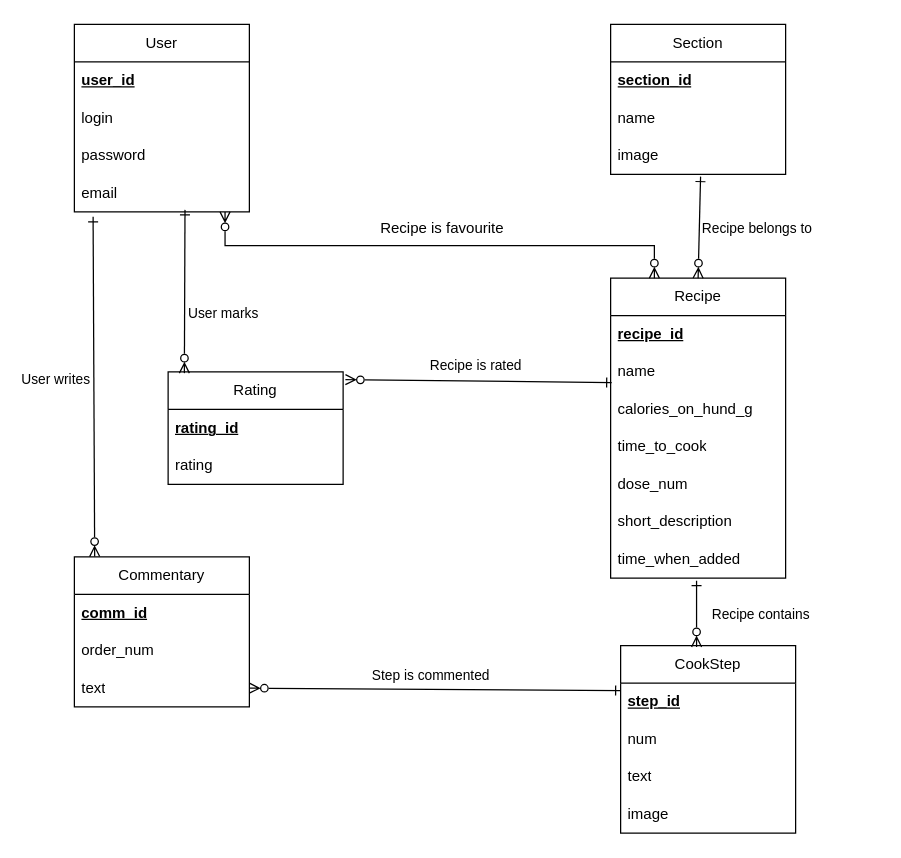
Above: page "Страница — 1" (1 of 2) of Documentation/TT/draw.io/ER_recipes.drawio in TypingGatito/RecipeAndroidApp (draw.io), before the change. Source tidied: cells renumbered, new cells numbered last; positions are measured from the earlier drawing's top-left corner, leaving out a move shared by most shapes. Both pictures are drawn from the tidied source at 125%, with x=0, y=0 at pixel (74, 24).
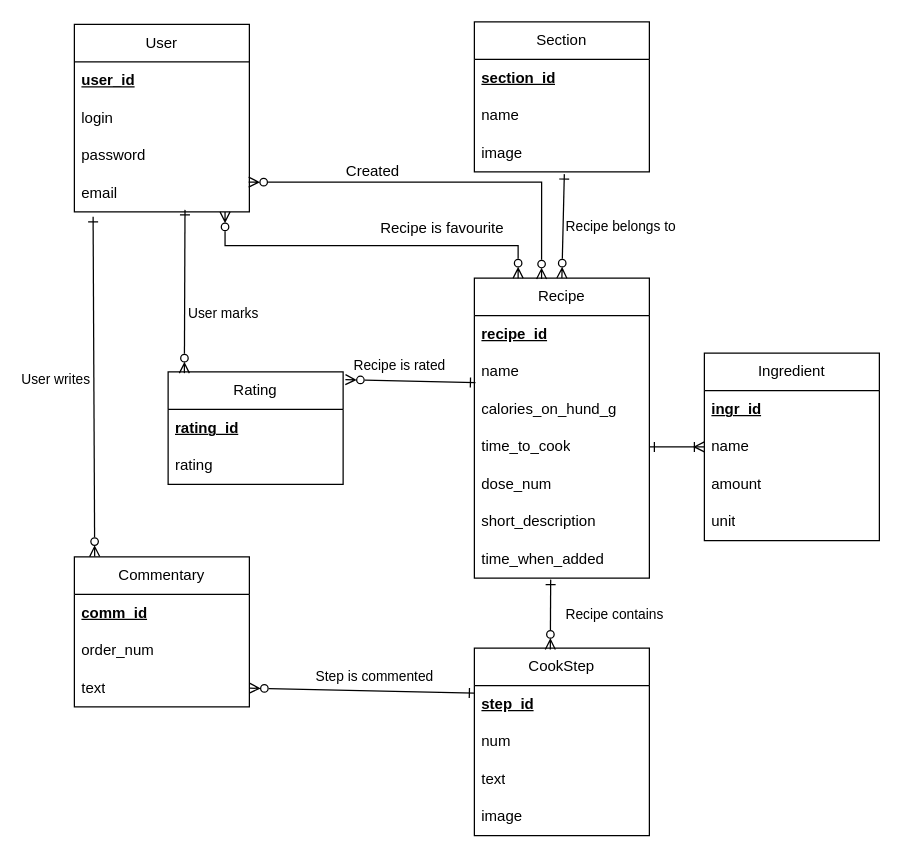
The same diagram, later.

The change refers to these unchanged cells:
```xml
<mxCell id="6" value="email" style="text;align=left;verticalAlign=middle;spacingLeft=4;spacingRight=4;overflow=hidden;points=[[0,0.5],[1,0.5]];portConstraint=eastwest;whiteSpace=wrap;html=1;" parent="2" vertex="1">
  <mxGeometry y="120" width="140" height="30" as="geometry" />
</mxCell>
<mxCell id="11" value="time_to_cook" style="text;align=left;verticalAlign=middle;spacingLeft=4;spacingRight=4;overflow=hidden;points=[[0,0.5],[1,0.5]];portConstraint=eastwest;whiteSpace=wrap;html=1;" parent="7" vertex="1">
  <mxGeometry y="120" width="140" height="30" as="geometry" />
</mxCell>
<mxCell id="14" value="time_when_added" style="text;align=left;verticalAlign=middle;spacingLeft=4;spacingRight=4;overflow=hidden;points=[[0,0.5],[1,0.5]];portConstraint=eastwest;whiteSpace=wrap;html=1;" parent="7" vertex="1">
  <mxGeometry y="210" width="140" height="30" as="geometry" />
</mxCell>
```

Change to the diagram source:
```diff
@@
     <mxCell id="7" value="Recipe" style="swimlane;fontStyle=0;horizontal=1;startSize=30;whiteSpace=wrap;html=1;" parent="1" vertex="1">
-      <mxGeometry x="429" y="203" width="140" height="240" as="geometry" />
+      <mxGeometry x="320" y="203" width="140" height="240" as="geometry" />
     </mxCell>
@@
     <mxCell id="18" value="Section" style="swimlane;fontStyle=0;horizontal=1;startSize=30;whiteSpace=wrap;html=1;" parent="1" vertex="1">
-      <mxGeometry x="429" width="140" height="120" as="geometry" />
+      <mxGeometry x="320" y="-2" width="140" height="120" as="geometry" />
     </mxCell>
@@
     <mxCell id="26" value="CookStep" style="swimlane;fontStyle=0;horizontal=1;startSize=30;whiteSpace=wrap;html=1;" parent="1" vertex="1">
-      <mxGeometry x="437" y="497" width="140" height="150" as="geometry" />
+      <mxGeometry x="320" y="499" width="140" height="150" as="geometry" />
     </mxCell>
@@
-    <mxCell id="33" style="endArrow=ERone;html=1;rounded=0;entryX=0.491;entryY=1.067;entryDx=0;entryDy=0;entryPerimeter=0;startArrow=ERzeroToMany;startFill=0;endFill=0;exitX=0.434;exitY=0.007;exitDx=0;exitDy=0;exitPerimeter=0;" parent="1" edge="1" source="26" target="14">
+    <mxCell id="33" style="endArrow=ERone;html=1;rounded=0;entryX=0.436;entryY=1.04;entryDx=0;entryDy=0;entryPerimeter=0;startArrow=ERzeroToMany;startFill=0;endFill=0;exitX=0.434;exitY=0.007;exitDx=0;exitDy=0;exitPerimeter=0;" parent="1" edge="1" source="26" target="14">
       <mxGeometry relative="1" as="geometry" />
     </mxCell>
@@
+    <mxCell id="45" value="Ingredient" style="swimlane;fontStyle=0;horizontal=1;startSize=30;whiteSpace=wrap;html=1;" parent="1" vertex="1">
+      <mxGeometry x="504" y="263" width="140" height="150" as="geometry" />
+    </mxCell>
+    <mxCell id="46" value="&lt;b&gt;&lt;u&gt;ingr_id&lt;/u&gt;&lt;/b&gt;" style="text;strokeColor=none;fillColor=none;align=left;verticalAlign=middle;spacingLeft=4;spacingRight=4;overflow=hidden;whiteSpace=wrap;html=1;" parent="45" vertex="1">
+      <mxGeometry y="30" width="140" height="30" as="geometry" />
+    </mxCell>
+    <mxCell id="47" value="name" style="text;strokeColor=none;fillColor=none;align=left;verticalAlign=middle;spacingLeft=4;spacingRight=4;overflow=hidden;points=[[0,0.5],[1,0.5]];portConstraint=eastwest;whiteSpace=wrap;html=1;" parent="45" vertex="1">
+      <mxGeometry y="60" width="140" height="30" as="geometry" />
+    </mxCell>
+    <mxCell id="48" value="amount" style="text;strokeColor=none;fillColor=none;align=left;verticalAlign=middle;spacingLeft=4;spacingRight=4;overflow=hidden;whiteSpace=wrap;html=1;" parent="45" vertex="1">
+      <mxGeometry y="90" width="140" height="30" as="geometry" />
+    </mxCell>
+    <mxCell id="49" value="unit" style="text;strokeColor=none;fillColor=none;align=left;verticalAlign=middle;spacingLeft=4;spacingRight=4;overflow=hidden;whiteSpace=wrap;html=1;" parent="45" vertex="1">
+      <mxGeometry y="120" width="140" height="30" as="geometry" />
+    </mxCell>
+    <mxCell id="50" style="endArrow=ERone;html=1;rounded=0;entryX=1;entryY=0.5;entryDx=0;entryDy=0;startArrow=ERoneToMany;startFill=0;endFill=0;" parent="1" edge="1" source="47" target="11">
+      <mxGeometry relative="1" as="geometry" />
+    </mxCell>
+    <mxCell id="51" style="endArrow=ERzeroToMany;html=1;rounded=0;entryX=0.996;entryY=0.207;entryDx=0;entryDy=0;entryPerimeter=0;exitX=0.384;exitY=0.003;exitDx=0;exitDy=0;startArrow=ERzeroToMany;startFill=0;endFill=0;elbow=vertical;exitPerimeter=0;edgeStyle=orthogonalEdgeStyle;" parent="1" edge="1" source="7" target="6">
+      <mxGeometry relative="1" as="geometry" />
+    </mxCell>
+    <mxCell id="52" value="Created" style="text;html=1;align=center;verticalAlign=middle;whiteSpace=wrap;rounded=0;" parent="1" vertex="1">
+      <mxGeometry x="209" y="103" width="60" height="30" as="geometry" />
+    </mxCell>
```
